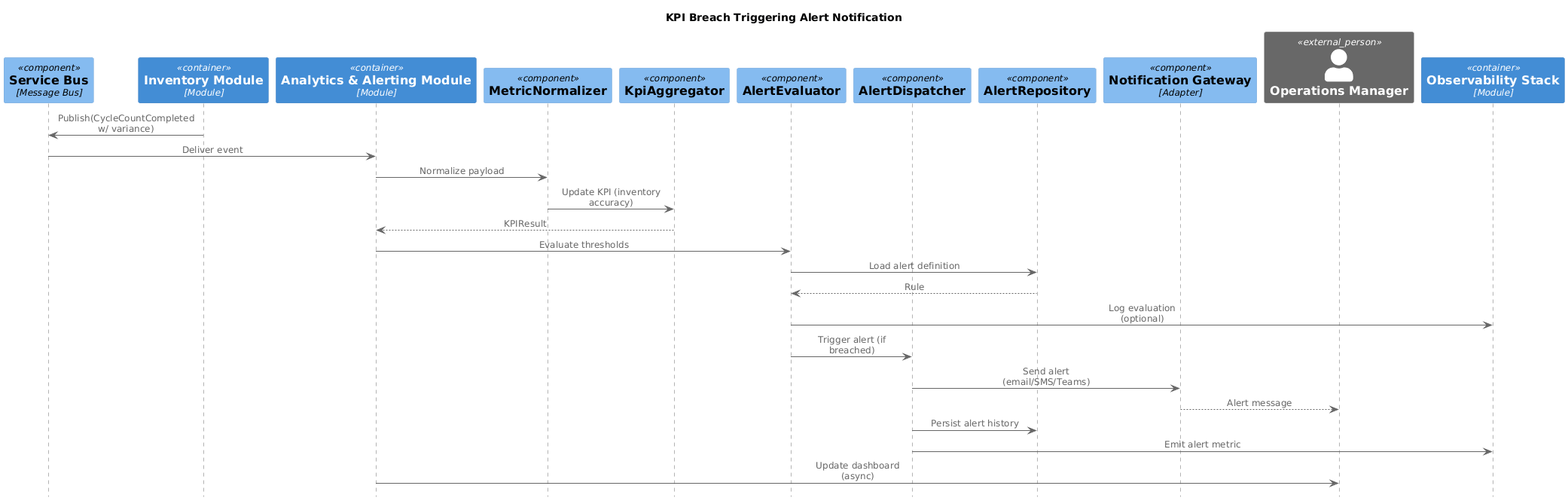
Above: Documents/media/attachments/sequence_diagrams/analytics_alert_sequence/Analytics Alert Workflow.png in phapeee/ERP-Inventory-Management-System (PlantUML), before the change.
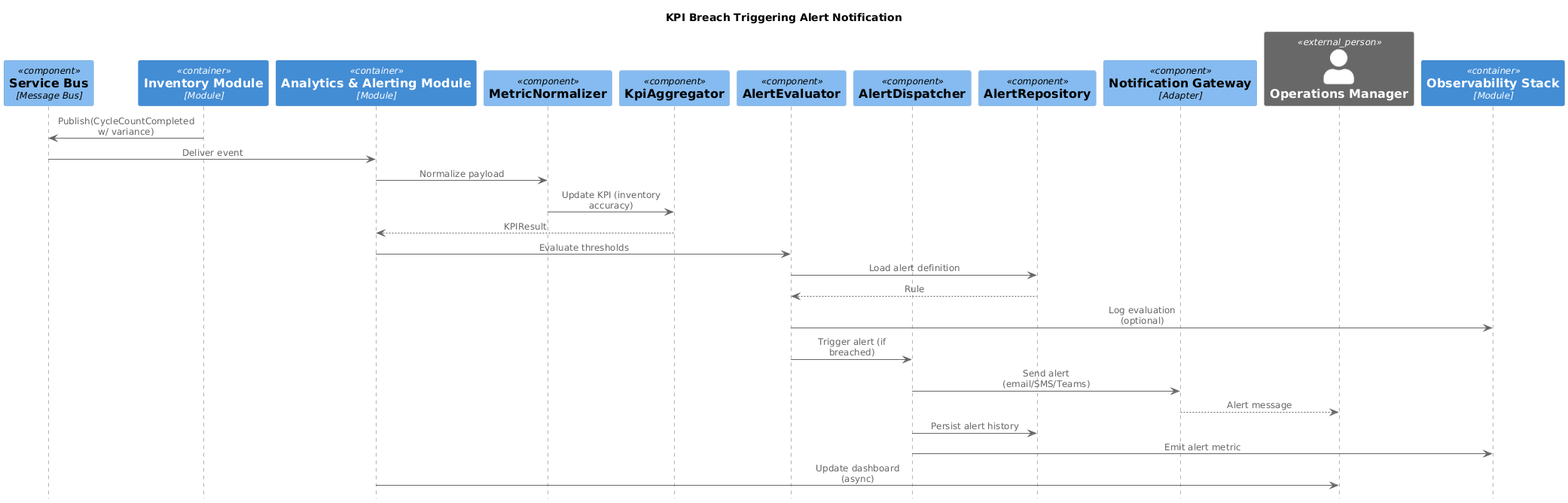
The same diagram one commit later.

The edit, as a diff of the source:
```diff
@@ -1,4 +1,4 @@
-@startuml
+@startuml Analytics Alert Workflow
 !if %variable_exists("RELATIVE_INCLUDE")
   !include ./C4_Component.puml
 !else
@@ -469,4 +469,5 @@
 alertDispatcher -> alertRepository : Persist alert history
 alertDispatcher -> observabilityStack : Emit alert metric
 analyticsModule -> opsManager : Update dashboard (async)
+
 @enduml
```
